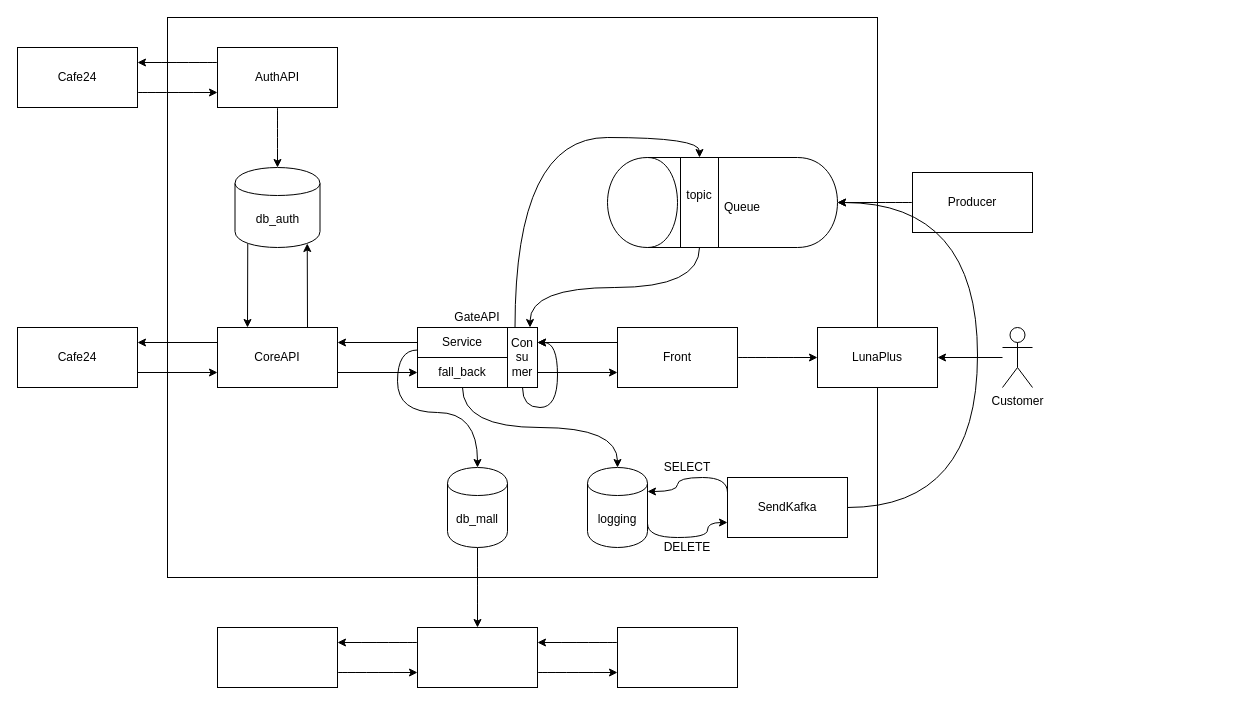
The draw.io diagram Untitled Diagram.drawio in kancho33/Luna_Architecture, before the edit. Source tidied: cells renumbered, new cells numbered last; positions are measured from the earlier drawing's top-left corner, leaving out a move shared by most shapes. Both pictures are drawn from the tidied source at 100%, with x=0, y=0 at pixel (17, 17).
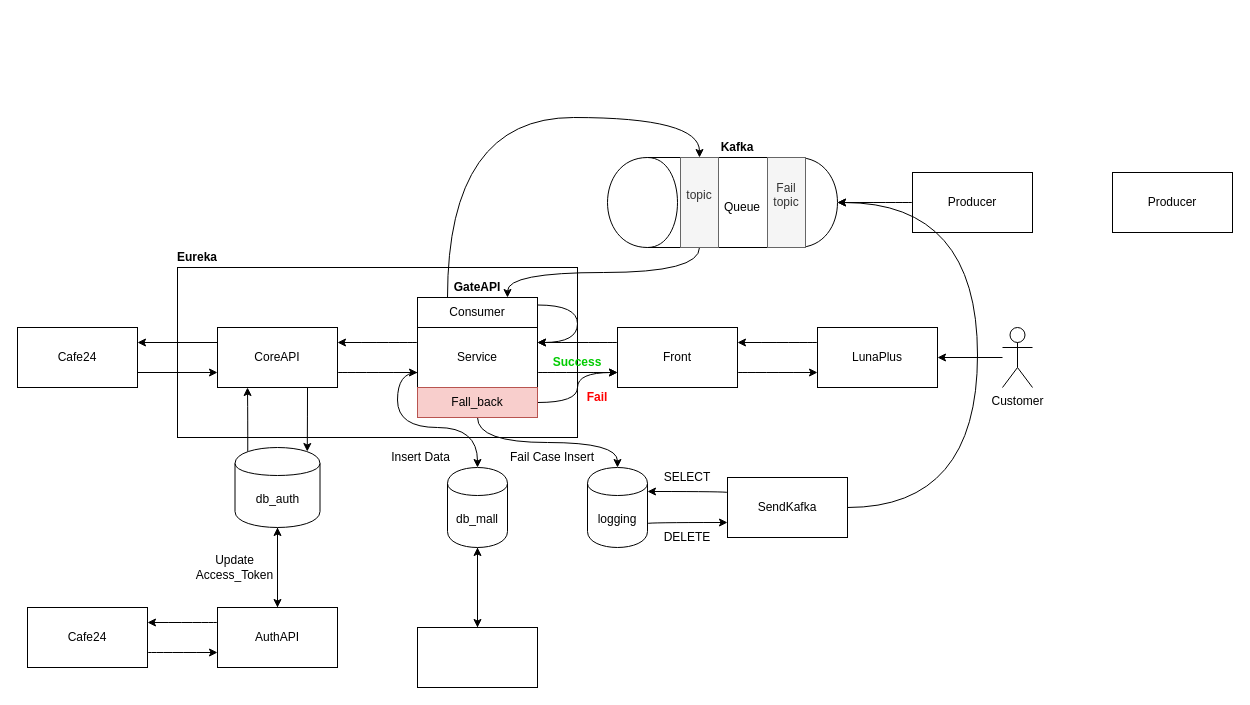
The same diagram, later.

The change refers to these unchanged cells:
```xml
<mxCell id="14" value="CoreAPI" style="rounded=0;whiteSpace=wrap;html=1;" parent="1" vertex="1">
  <mxGeometry x="200" y="310" width="120" height="60" as="geometry" />
</mxCell>
<mxCell id="19" value="Front" style="rounded=0;whiteSpace=wrap;html=1;" parent="1" vertex="1">
  <mxGeometry x="600" y="310" width="120" height="60" as="geometry" />
</mxCell>
<mxCell id="20" value="LunaPlus" style="rounded=0;whiteSpace=wrap;html=1;" parent="1" vertex="1">
  <mxGeometry x="800" y="310" width="120" height="60" as="geometry" />
</mxCell>
<mxCell id="22" value="db_mall" style="shape=cylinder;whiteSpace=wrap;html=1;boundedLbl=1;backgroundOutline=1;" parent="1" vertex="1">
  <mxGeometry x="430" y="450" width="60" height="80" as="geometry" />
</mxCell>
<mxCell id="24" value="logging" style="shape=cylinder;whiteSpace=wrap;html=1;boundedLbl=1;backgroundOutline=1;" parent="1" vertex="1">
  <mxGeometry x="570" y="450" width="60" height="80" as="geometry" />
</mxCell>
<mxCell id="39" value="SendKafka" style="rounded=0;whiteSpace=wrap;html=1;" parent="1" vertex="1">
  <mxGeometry x="710" y="460" width="120" height="60" as="geometry" />
</mxCell>
```

Diff of the diagram source:
```diff
@@
     <mxCell id="2" style="rounded=0;whiteSpace=wrap;html=1;" parent="1" vertex="1">
-      <mxGeometry x="150" width="710" height="560" as="geometry" />
+      <mxGeometry x="160" y="250" width="400" height="170" as="geometry" />
     </mxCell>
@@
     <mxCell id="8" value="AuthAPI" style="rounded=0;whiteSpace=wrap;html=1;" parent="1" vertex="1">
-      <mxGeometry x="200" y="30" width="120" height="60" as="geometry" />
+      <mxGeometry x="200" y="590" width="120" height="60" as="geometry" />
     </mxCell>
@@
     <mxCell id="10" value="Cafe24" style="rounded=0;whiteSpace=wrap;html=1;" parent="1" vertex="1">
-      <mxGeometry y="30" width="120" height="60" as="geometry" />
+      <mxGeometry x="10" y="590" width="120" height="60" as="geometry" />
     </mxCell>
@@
-    <mxCell id="12" style="edgeStyle=orthogonalEdgeStyle;rounded=0;jettySize=auto;html=1;exitX=1;exitY=0.75;exitDx=0;exitDy=0;entryX=0;entryY=0.75;entryDx=0;entryDy=0;" parent="1" edge="1" source="14" target="16">
-      <mxGeometry relative="1" as="geometry" />
-    </mxCell>
+    <mxCell id="55" style="edgeStyle=orthogonalEdgeStyle;curved=1;rounded=0;jettySize=auto;html=1;exitX=1;exitY=0.75;exitDx=0;exitDy=0;entryX=0;entryY=0.75;entryDx=0;entryDy=0;" parent="1" edge="1" source="14" target="43">
+      <mxGeometry relative="1" as="geometry" />
+    </mxCell>
-    <mxCell id="13" style="rounded=0;jettySize=auto;html=1;exitX=0.75;exitY=0;exitDx=0;exitDy=0;entryX=0.85;entryY=0.95;entryDx=0;entryDy=0;entryPerimeter=0;" parent="1" edge="1" source="14" target="26">
+    <mxCell id="13" style="edgeStyle=orthogonalEdgeStyle;curved=1;rounded=0;jettySize=auto;html=1;exitX=0.75;exitY=1;exitDx=0;exitDy=0;entryX=0.85;entryY=0.05;entryDx=0;entryDy=0;entryPerimeter=0;" parent="1" edge="1" source="14" target="26">
       <mxGeometry relative="1" as="geometry" />
     </mxCell>
@@
-    <mxCell id="15" style="edgeStyle=orthogonalEdgeStyle;rounded=0;jettySize=auto;html=1;exitX=1;exitY=0.75;exitDx=0;exitDy=0;entryX=0;entryY=0.75;entryDx=0;entryDy=0;" parent="1" edge="1" source="16" target="19">
-      <mxGeometry relative="1" as="geometry" />
-    </mxCell>
-    <mxCell id="16" style="rounded=0;whiteSpace=wrap;html=1;" parent="1" vertex="1">
-      <mxGeometry x="400" y="310" width="120" height="60" as="geometry" />
-    </mxCell>
-    <mxCell id="17" style="edgeStyle=orthogonalEdgeStyle;rounded=0;jettySize=auto;html=1;exitX=0;exitY=0.25;exitDx=0;exitDy=0;entryX=1;entryY=0.25;entryDx=0;entryDy=0;" parent="1" edge="1" source="19" target="16">
-      <mxGeometry relative="1" as="geometry" />
-    </mxCell>
-    <mxCell id="18" style="edgeStyle=orthogonalEdgeStyle;curved=1;rounded=0;jettySize=auto;html=1;" parent="1" edge="1" source="19" target="20">
+    <mxCell id="18" style="edgeStyle=orthogonalEdgeStyle;curved=1;rounded=0;jettySize=auto;html=1;exitX=1;exitY=0.75;exitDx=0;exitDy=0;entryX=0;entryY=0.75;entryDx=0;entryDy=0;" parent="1" edge="1" source="19" target="20">
       <mxGeometry relative="1" as="geometry" />
     </mxCell>
+    <mxCell id="56" style="edgeStyle=orthogonalEdgeStyle;curved=1;rounded=0;jettySize=auto;html=1;exitX=0;exitY=0.25;exitDx=0;exitDy=0;entryX=1;entryY=0.25;entryDx=0;entryDy=0;" parent="1" edge="1" source="19" target="43">
+      <mxGeometry relative="1" as="geometry" />
+    </mxCell>
@@
+    <mxCell id="57" style="edgeStyle=orthogonalEdgeStyle;curved=1;rounded=0;jettySize=auto;html=1;exitX=1;exitY=0.75;exitDx=0;exitDy=0;entryX=0;entryY=0.75;entryDx=0;entryDy=0;" parent="1" edge="1" source="43" target="19">
+      <mxGeometry relative="1" as="geometry" />
+    </mxCell>
+    <mxCell id="42" style="edgeStyle=orthogonalEdgeStyle;curved=1;rounded=0;jettySize=auto;html=1;exitX=0;exitY=0.25;exitDx=0;exitDy=0;entryX=1;entryY=0.25;entryDx=0;entryDy=0;" parent="1" edge="1" source="43" target="14">
+      <mxGeometry relative="1" as="geometry" />
+    </mxCell>
+    <mxCell id="41" style="edgeStyle=orthogonalEdgeStyle;curved=1;rounded=0;jettySize=auto;html=1;exitX=0;exitY=0.75;exitDx=0;exitDy=0;entryX=0.5;entryY=0;entryDx=0;entryDy=0;" parent="1" edge="1" source="43" target="22">
+      <mxGeometry relative="1" as="geometry" />
+    </mxCell>
+    <mxCell id="43" value="Service" style="rounded=0;whiteSpace=wrap;html=1;" parent="1" vertex="1">
+      <mxGeometry x="400" y="310" width="120" height="60" as="geometry" />
+    </mxCell>
+    <mxCell id="58" style="edgeStyle=orthogonalEdgeStyle;curved=1;rounded=0;jettySize=auto;html=1;exitX=0.25;exitY=0;exitDx=0;exitDy=0;entryX=0.5;entryY=0;entryDx=0;entryDy=0;" parent="1" edge="1" source="60" target="28">
+      <mxGeometry relative="1" as="geometry">
+        <Array as="points">
+          <mxPoint x="430" y="100" />
+          <mxPoint x="682" y="100" />
+        </Array>
+      </mxGeometry>
+    </mxCell>
+    <mxCell id="59" style="edgeStyle=orthogonalEdgeStyle;curved=1;rounded=0;jettySize=auto;html=1;exitX=1;exitY=0.25;exitDx=0;exitDy=0;entryX=1;entryY=0.25;entryDx=0;entryDy=0;" parent="1" edge="1" source="60" target="43">
+      <mxGeometry relative="1" as="geometry">
+        <Array as="points">
+          <mxPoint x="560" y="288" />
+          <mxPoint x="560" y="325" />
+        </Array>
+      </mxGeometry>
+    </mxCell>
+    <mxCell id="60" value="Consumer" style="rounded=0;whiteSpace=wrap;html=1;" parent="1" vertex="1">
+      <mxGeometry x="400" y="280" width="120" height="30" as="geometry" />
+    </mxCell>
+    <mxCell id="61" style="edgeStyle=orthogonalEdgeStyle;curved=1;rounded=0;jettySize=auto;html=1;exitX=0;exitY=0.25;exitDx=0;exitDy=0;entryX=1;entryY=0.25;entryDx=0;entryDy=0;" parent="1" edge="1" source="20" target="19">
+      <mxGeometry relative="1" as="geometry" />
+    </mxCell>
@@
     <mxCell id="23" style="edgeStyle=orthogonalEdgeStyle;curved=1;rounded=0;jettySize=auto;html=1;exitX=1;exitY=0.7;exitDx=0;exitDy=0;entryX=0;entryY=0.75;entryDx=0;entryDy=0;" parent="1" edge="1" source="24" target="39">
       <mxGeometry relative="1" as="geometry">
         <Array as="points">
-          <mxPoint x="630" y="520" />
-          <mxPoint x="690" y="520" />
-          <mxPoint x="690" y="505" />
+          <mxPoint x="630" y="505" />
         </Array>
       </mxGeometry>
     </mxCell>
@@
+    <mxCell id="62" style="edgeStyle=orthogonalEdgeStyle;curved=1;rounded=0;jettySize=auto;html=1;" parent="1" edge="1" source="26">
+      <mxGeometry relative="1" as="geometry">
+        <mxPoint x="260" y="590" as="targetPoint" />
+      </mxGeometry>
+    </mxCell>
-    <mxCell id="25" style="edgeStyle=none;rounded=0;jettySize=auto;html=1;exitX=0.15;exitY=0.95;exitDx=0;exitDy=0;exitPerimeter=0;entryX=0.25;entryY=0;entryDx=0;entryDy=0;" parent="1" edge="1" source="26" target="14">
+    <mxCell id="25" style="edgeStyle=orthogonalEdgeStyle;curved=1;rounded=0;jettySize=auto;html=1;exitX=0.15;exitY=0.05;exitDx=0;exitDy=0;exitPerimeter=0;entryX=0.25;entryY=1;entryDx=0;entryDy=0;" parent="1" edge="1" source="26" target="14">
       <mxGeometry relative="1" as="geometry" />
     </mxCell>
     <mxCell id="26" value="db_auth" style="shape=cylinder;whiteSpace=wrap;html=1;boundedLbl=1;backgroundOutline=1;" parent="1" vertex="1">
-      <mxGeometry x="217.5" y="150" width="85" height="80" as="geometry" />
+      <mxGeometry x="217.5" y="430" width="85" height="80" as="geometry" />
     </mxCell>
-    <mxCell id="27" style="edgeStyle=orthogonalEdgeStyle;rounded=0;jettySize=auto;html=1;exitX=0.5;exitY=1;exitDx=0;exitDy=0;entryX=0.75;entryY=0;entryDx=0;entryDy=0;curved=1;" parent="1" edge="1" source="28" target="35">
-      <mxGeometry relative="1" as="geometry" />
-    </mxCell>
+    <mxCell id="63" style="edgeStyle=orthogonalEdgeStyle;curved=1;rounded=0;jettySize=auto;html=1;exitX=0.5;exitY=1;exitDx=0;exitDy=0;entryX=0.75;entryY=0;entryDx=0;entryDy=0;" parent="1" edge="1" source="28" target="60">
+      <mxGeometry relative="1" as="geometry" />
+    </mxCell>
-    <mxCell id="28" value="topic&lt;br&gt;&lt;br&gt;" style="rounded=0;whiteSpace=wrap;html=1;" parent="1" vertex="1">
+    <mxCell id="28" value="topic&lt;br&gt;&lt;br&gt;" style="rounded=0;whiteSpace=wrap;html=1;fillColor=#f5f5f5;strokeColor=#666666;fontColor=#333333;" parent="1" vertex="1">
       <mxGeometry x="663" y="140" width="38" height="90" as="geometry" />
     </mxCell>
@@
+    <mxCell id="64" value="Producer&lt;br&gt;" style="rounded=0;whiteSpace=wrap;html=1;" parent="1" vertex="1">
+      <mxGeometry x="1095" y="155" width="120" height="60" as="geometry" />
+    </mxCell>
@@
-    <mxCell id="34" style="edgeStyle=orthogonalEdgeStyle;curved=1;rounded=0;jettySize=auto;html=1;exitX=0.25;exitY=0;exitDx=0;exitDy=0;entryX=0.5;entryY=0;entryDx=0;entryDy=0;" parent="1" edge="1" source="35" target="28">
-      <mxGeometry relative="1" as="geometry" />
-    </mxCell>
-    <mxCell id="35" value="Con&lt;br&gt;su&lt;br&gt;mer" style="rounded=0;whiteSpace=wrap;html=1;" parent="1" vertex="1">
-      <mxGeometry x="490" y="310" width="30" height="60" as="geometry" />
-    </mxCell>
-    <mxCell id="36" style="edgeStyle=orthogonalEdgeStyle;curved=1;rounded=0;orthogonalLoop=1;jettySize=auto;html=1;exitX=0.5;exitY=1;exitDx=0;exitDy=0;entryX=1;entryY=0.25;entryDx=0;entryDy=0;" parent="1" edge="1" source="35" target="35">
-      <mxGeometry relative="1" as="geometry" />
-    </mxCell>
@@
     <mxCell id="38" style="edgeStyle=orthogonalEdgeStyle;curved=1;rounded=0;jettySize=auto;html=1;exitX=0;exitY=0.25;exitDx=0;exitDy=0;entryX=1;entryY=0.3;entryDx=0;entryDy=0;" parent="1" edge="1" source="39" target="24">
       <mxGeometry relative="1" as="geometry">
         <Array as="points">
-          <mxPoint x="710" y="460" />
-          <mxPoint x="660" y="460" />
-          <mxPoint x="660" y="474" />
+          <mxPoint x="710" y="474" />
         </Array>
       </mxGeometry>
     </mxCell>
@@
-    <mxCell id="40" value="GateAPI" style="text;html=1;strokeColor=none;fillColor=none;align=center;verticalAlign=middle;whiteSpace=wrap;rounded=0;" parent="1" vertex="1">
-      <mxGeometry x="400" y="290" width="120" height="20" as="geometry" />
+    <mxCell id="40" value="GateAPI" style="text;html=1;strokeColor=none;fillColor=none;align=center;verticalAlign=middle;whiteSpace=wrap;rounded=0;fontStyle=1;" parent="1" vertex="1">
+      <mxGeometry x="400" y="260" width="120" height="20" as="geometry" />
     </mxCell>
-    <mxCell id="41" style="edgeStyle=orthogonalEdgeStyle;curved=1;rounded=0;jettySize=auto;html=1;exitX=0;exitY=0.75;exitDx=0;exitDy=0;entryX=0.5;entryY=0;entryDx=0;entryDy=0;" parent="1" edge="1" source="43" target="22">
-      <mxGeometry relative="1" as="geometry" />
-    </mxCell>
-    <mxCell id="42" style="edgeStyle=none;rounded=0;jettySize=auto;html=1;exitX=0;exitY=0.5;exitDx=0;exitDy=0;entryX=1;entryY=0.25;entryDx=0;entryDy=0;" parent="1" edge="1" source="43" target="14">
-      <mxGeometry relative="1" as="geometry" />
-    </mxCell>
-    <mxCell id="43" value="Service" style="rounded=0;whiteSpace=wrap;html=1;" parent="1" vertex="1">
-      <mxGeometry x="400" y="310" width="90" height="30" as="geometry" />
-    </mxCell>
-    <mxCell id="44" style="edgeStyle=orthogonalEdgeStyle;curved=1;rounded=0;jettySize=auto;html=1;exitX=0.5;exitY=1;exitDx=0;exitDy=0;entryX=0.5;entryY=0;entryDx=0;entryDy=0;" parent="1" edge="1" source="45" target="24">
-      <mxGeometry relative="1" as="geometry" />
-    </mxCell>
-    <mxCell id="45" value="fall_back" style="rounded=0;whiteSpace=wrap;html=1;" parent="1" vertex="1">
-      <mxGeometry x="400" y="340" width="90" height="30" as="geometry" />
-    </mxCell>
     <mxCell id="46" value="SELECT" style="text;html=1;strokeColor=none;fillColor=none;align=center;verticalAlign=middle;whiteSpace=wrap;rounded=0;" parent="1" vertex="1">
-      <mxGeometry x="650" y="440" width="40" height="20" as="geometry" />
+      <mxGeometry x="650" y="450" width="40" height="20" as="geometry" />
     </mxCell>
     <mxCell id="47" value="DELETE" style="text;html=1;strokeColor=none;fillColor=none;align=center;verticalAlign=middle;whiteSpace=wrap;rounded=0;" parent="1" vertex="1">
-      <mxGeometry x="650" y="520" width="40" height="20" as="geometry" />
+      <mxGeometry x="650" y="510" width="40" height="20" as="geometry" />
     </mxCell>
-    <mxCell id="48" style="edgeStyle=orthogonalEdgeStyle;curved=1;rounded=0;jettySize=auto;html=1;exitX=1;exitY=0.75;exitDx=0;exitDy=0;entryX=0;entryY=0.75;entryDx=0;entryDy=0;" parent="1" edge="1" source="50" target="52">
-      <mxGeometry relative="1" as="geometry" />
-    </mxCell>
-    <mxCell id="49" style="edgeStyle=orthogonalEdgeStyle;curved=1;rounded=0;jettySize=auto;html=1;exitX=0;exitY=0.25;exitDx=0;exitDy=0;entryX=1;entryY=0.25;entryDx=0;entryDy=0;" parent="1" edge="1" source="50" target="54">
-      <mxGeometry relative="1" as="geometry" />
-    </mxCell>
-    <mxCell id="50" style="rounded=0;whiteSpace=wrap;html=1;" parent="1" vertex="1">
-      <mxGeometry x="400" y="610" width="120" height="60" as="geometry" />
-    </mxCell>
-    <mxCell id="51" style="edgeStyle=orthogonalEdgeStyle;curved=1;rounded=0;jettySize=auto;html=1;exitX=0;exitY=0.25;exitDx=0;exitDy=0;entryX=1;entryY=0.25;entryDx=0;entryDy=0;" parent="1" edge="1" source="52" target="50">
-      <mxGeometry relative="1" as="geometry" />
-    </mxCell>
+    <mxCell id="65" style="edgeStyle=orthogonalEdgeStyle;curved=1;rounded=0;jettySize=auto;html=1;" parent="1" edge="1" source="52" target="22">
+      <mxGeometry relative="1" as="geometry" />
+    </mxCell>
     <mxCell id="52" style="rounded=0;whiteSpace=wrap;html=1;" parent="1" vertex="1">
-      <mxGeometry x="600" y="610" width="120" height="60" as="geometry" />
+      <mxGeometry x="400" y="610" width="120" height="60" as="geometry" />
     </mxCell>
-    <mxCell id="53" style="edgeStyle=orthogonalEdgeStyle;curved=1;rounded=0;jettySize=auto;html=1;exitX=1;exitY=0.75;exitDx=0;exitDy=0;entryX=0;entryY=0.75;entryDx=0;entryDy=0;" parent="1" edge="1" source="54" target="50">
-      <mxGeometry relative="1" as="geometry" />
-    </mxCell>
-    <mxCell id="54" style="rounded=0;whiteSpace=wrap;html=1;" parent="1" vertex="1">
-      <mxGeometry x="200" y="610" width="120" height="60" as="geometry" />
-    </mxCell>
+    <mxCell id="66" value="Update Access_Token" style="text;html=1;strokeColor=none;fillColor=none;align=center;verticalAlign=middle;whiteSpace=wrap;rounded=0;" parent="1" vertex="1">
+      <mxGeometry x="174" y="540" width="87" height="20" as="geometry" />
+    </mxCell>
+    <mxCell id="67" style="edgeStyle=orthogonalEdgeStyle;curved=1;rounded=0;jettySize=auto;html=1;exitX=0.5;exitY=1;exitDx=0;exitDy=0;entryX=0.5;entryY=0;entryDx=0;entryDy=0;" parent="1" edge="1" source="69" target="24">
+      <mxGeometry relative="1" as="geometry" />
+    </mxCell>
+    <mxCell id="68" style="edgeStyle=orthogonalEdgeStyle;curved=1;rounded=0;jettySize=auto;html=1;exitX=1;exitY=0.5;exitDx=0;exitDy=0;entryX=0;entryY=0.75;entryDx=0;entryDy=0;startArrow=none;startFill=0;" parent="1" edge="1" source="69" target="19">
+      <mxGeometry relative="1" as="geometry" />
+    </mxCell>
+    <mxCell id="69" value="Fall_back" style="rounded=0;whiteSpace=wrap;html=1;fillColor=#f8cecc;strokeColor=#b85450;" parent="1" vertex="1">
+      <mxGeometry x="400" y="370" width="120" height="30" as="geometry" />
+    </mxCell>
+    <mxCell id="70" value="Insert Data" style="text;html=1;strokeColor=none;fillColor=none;align=center;verticalAlign=middle;whiteSpace=wrap;rounded=0;" parent="1" vertex="1">
+      <mxGeometry x="360" y="430" width="87" height="20" as="geometry" />
+    </mxCell>
+    <mxCell id="71" value="Fail Case Insert" style="text;html=1;strokeColor=none;fillColor=none;align=center;verticalAlign=middle;whiteSpace=wrap;rounded=0;" parent="1" vertex="1">
+      <mxGeometry x="490" y="430" width="90" height="20" as="geometry" />
+    </mxCell>
+    <mxCell id="72" value="Fail&lt;br&gt;topic&lt;br&gt;&lt;br&gt;" style="rounded=0;whiteSpace=wrap;html=1;fillColor=#f5f5f5;strokeColor=#666666;fontColor=#333333;" parent="1" vertex="1">
+      <mxGeometry x="750" y="140" width="38" height="90" as="geometry" />
+    </mxCell>
+    <mxCell id="73" value="Eureka" style="text;html=1;strokeColor=none;fillColor=none;align=center;verticalAlign=middle;whiteSpace=wrap;rounded=0;fontStyle=1;" parent="1" vertex="1">
+      <mxGeometry x="160" y="230" width="40" height="20" as="geometry" />
+    </mxCell>
+    <mxCell id="74" value="Kafka" style="text;html=1;strokeColor=none;fillColor=none;align=center;verticalAlign=middle;whiteSpace=wrap;rounded=0;fontStyle=1;" parent="1" vertex="1">
+      <mxGeometry x="700" y="120" width="40" height="20" as="geometry" />
+    </mxCell>
+    <mxCell id="75" value="&lt;b&gt;&lt;font color=&quot;#ff0000&quot;&gt;Fail&lt;/font&gt;&lt;/b&gt;" style="text;html=1;strokeColor=none;fillColor=none;align=center;verticalAlign=middle;whiteSpace=wrap;rounded=0;" parent="1" vertex="1">
+      <mxGeometry x="560" y="370" width="40" height="20" as="geometry" />
+    </mxCell>
+    <mxCell id="76" value="&lt;b&gt;&lt;font color=&quot;#00cc00&quot;&gt;Success&lt;/font&gt;&lt;/b&gt;" style="text;html=1;strokeColor=none;fillColor=none;align=center;verticalAlign=middle;whiteSpace=wrap;rounded=0;" parent="1" vertex="1">
+      <mxGeometry x="540" y="335" width="40" height="20" as="geometry" />
+    </mxCell>
```
